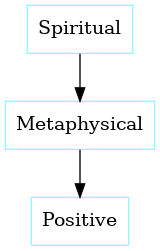
The Graphviz diagram graphs/Law_of_Three_Stages.png in julianfl0w/Deism, before a commit. Its source is kept beside it as graphs/Law_of_Three_Stages.dot. Source of this version:
```dot
digraph D {
"Spiritual" [shape=box, color = cadetblue1]
"Metaphysical" [shape=box, color = cadetblue1]
"Positive" [shape=box, color = cadetblue1]
"Metaphysical" -> "Positive" [penwidth=1]
"Spiritual" -> "Metaphysical" [penwidth=1]
}
```
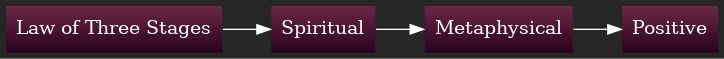
Later version of the same file.

What changed in the source:
```diff
@@ -1,7 +1,15 @@
 digraph D {
-"Spiritual" [shape=box, color = cadetblue1]
-"Metaphysical" [shape=box, color = cadetblue1]
-"Positive" [shape=box, color = cadetblue1]
-"Metaphysical" -> "Positive" [penwidth=1]
-"Spiritual" -> "Metaphysical" [penwidth=1]
+rankdir = LR
+style = filled
+color = lightgrey
+bgcolor = "#262626"
+fillcolor = "darkgray:gold"
+gradientangle = 0
+"Law of Three Stages" [shape=box, color="#262626", fontcolor=white, fillcolor="#6C2944:#29001C", style=filled, gradientangle=270.05]
+"Spiritual" [shape=box, color="#262626", fontcolor=white, fillcolor="#6C2944:#29001C", style=filled, gradientangle=270.05]
+"Law of Three Stages" -> "Spiritual" [color=white, penwidth=1]
+"Metaphysical" [shape=box, color="#262626", fontcolor=white, fillcolor="#6C2944:#29001C", style=filled, gradientangle=270.05]
+"Spiritual" -> "Metaphysical" [color=white, penwidth=1]
+"Positive" [shape=box, color="#262626", fontcolor=white, fillcolor="#6C2944:#29001C", style=filled, gradientangle=270.05]
+"Metaphysical" -> "Positive" [color=white, penwidth=1]
 }
```
